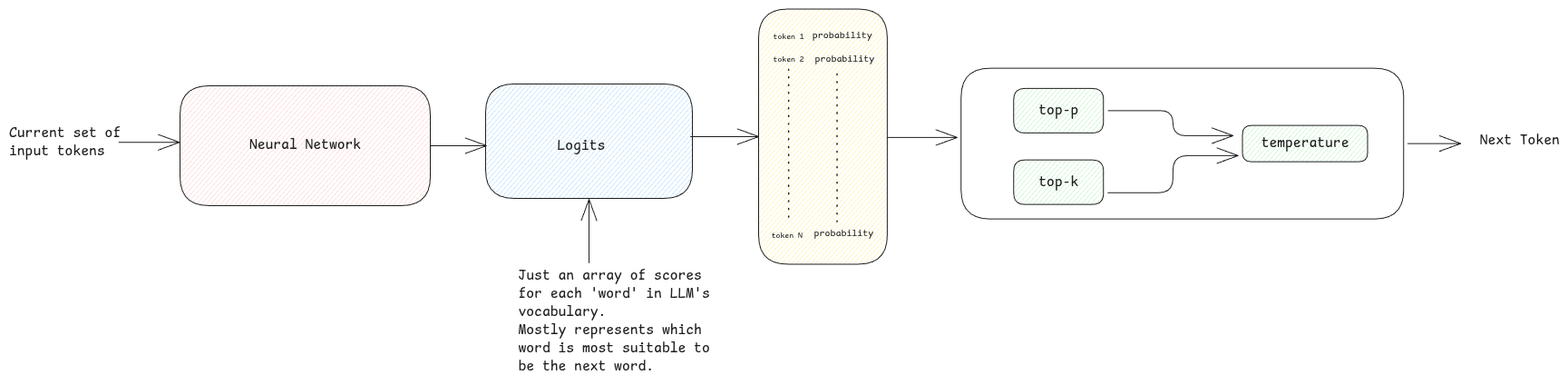
Above: static/img/predicition-output.excalidraw.png in swaroopar/inprogress-engineer (Excalidraw), before the change. Source tidied: one line per element, renumbered; positions are measured from the earlier drawing's top-left corner, leaving out a move shared by most shapes.
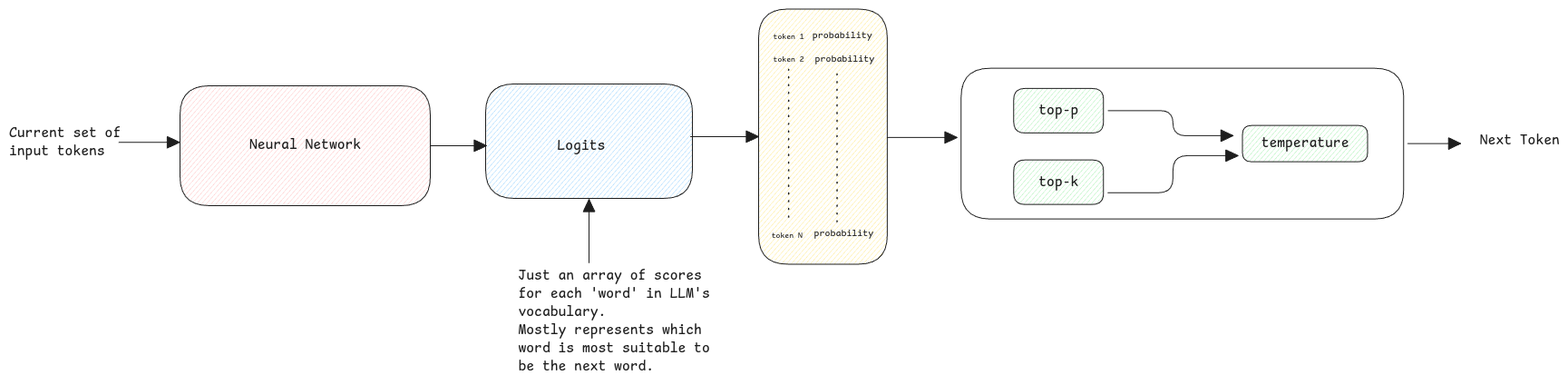
Above is the later version.

Change to the diagram source:
```diff
@@ -1,22 +1,22 @@
 {"id": 0, "type": "rectangle", "strokeColor": "#1e1e1e", "backgroundColor": "#ffc9c9", "fillStyle": "hachure", "strokeWidth": 1, "roughness": 0, "round": true, "x": 189, "y": 84, "width": 276, "height": 132}
 {"id": 1, "type": "text", "text": "Neural Network", "strokeColor": "#1e1e1e", "strokeWidth": 2, "roughness": 1, "fontSize": 16, "fontFamily": 8, "textAlign": "center", "verticalAlign": "middle", "inside": 0, "x": 265, "y": 140, "width": 123, "height": 20}
-{"id": 2, "type": "arrow", "strokeColor": "#1e1e1e", "strokeWidth": 1, "roughness": 0, "endArrowhead": "arrow", "round": true, "x": 465, "y": 150, "width": 62, "height": 0, "points": [[0, 0], [62, 0]]}
+{"id": 2, "type": "arrow", "strokeColor": "#1e1e1e", "strokeWidth": 1, "roughness": 0, "endArrowhead": "triangle", "round": true, "x": 465, "y": 150, "width": 62, "height": 0, "points": [[0, 0], [62, 0]]}
 {"id": 3, "type": "rectangle", "strokeColor": "#1e1e1e", "backgroundColor": "#a5d8ff", "fillStyle": "hachure", "strokeWidth": 1, "roughness": 0, "round": true, "x": 526, "y": 82, "width": 228, "height": 126}
 {"id": 4, "type": "text", "text": "Logits", "strokeColor": "#1e1e1e", "strokeWidth": 1, "roughness": 0, "fontSize": 16, "fontFamily": 8, "x": 605, "y": 141, "width": 53, "height": 20}
-{"id": 5, "type": "arrow", "strokeColor": "#1e1e1e", "strokeWidth": 1, "roughness": 0, "endArrowhead": "arrow", "round": true, "x": 640, "y": 279, "width": 0, "height": 70, "points": [[0, 0], [0, -70]]}
+{"id": 5, "type": "arrow", "strokeColor": "#1e1e1e", "strokeWidth": 1, "roughness": 0, "endArrowhead": "triangle", "round": true, "x": 640, "y": 279, "width": 0, "height": 70, "points": [[0, 0], [0, -70]]}
 {"id": 6, "type": "text", "text": "Just an array of scores \nfor each 'word' in LLM's\nvocabulary.\nMostly represents which \nword is most suitable to \nbe the next word.", "strokeColor": "#1e1e1e", "strokeWidth": 1, "roughness": 0, "fontSize": 16, "fontFamily": 8, "x": 562, "y": 284, "width": 220, "height": 120}
-{"id": 7, "type": "arrow", "strokeColor": "#1e1e1e", "strokeWidth": 1, "roughness": 0, "endArrowhead": "arrow", "round": true, "x": 752, "y": 140, "width": 75, "height": 0, "points": [[0, 0], [75, 0]]}
+{"id": 7, "type": "arrow", "strokeColor": "#1e1e1e", "strokeWidth": 1, "roughness": 0, "endArrowhead": "triangle", "round": true, "x": 752, "y": 140, "width": 75, "height": 0, "points": [[0, 0], [75, 0]]}
 {"id": 8, "type": "rectangle", "strokeColor": "#1e1e1e", "backgroundColor": "#ffec99", "fillStyle": "hachure", "strokeWidth": 1, "roughness": 0, "round": true, "x": 827, "y": 0, "width": 142, "height": 281}
 {"id": 9, "type": "text", "text": "token 1", "strokeColor": "#1e1e1e", "strokeWidth": 1, "roughness": 0, "fontSize": 8.9, "fontFamily": 8, "x": 843, "y": 26, "width": 34, "height": 11}
 {"id": 10, "type": "text", "text": "token 2", "strokeColor": "#1e1e1e", "strokeWidth": 1, "roughness": 0, "fontSize": 8.9, "fontFamily": 8, "x": 843, "y": 51, "width": 34, "height": 11}
 {"id": 11, "type": "text", "text": "token N", "strokeColor": "#1e1e1e", "strokeWidth": 1, "roughness": 0, "fontSize": 8.9, "fontFamily": 8, "x": 841, "y": 244, "width": 34, "height": 11}
-{"id": 12, "type": "line", "strokeColor": "#1e1e1e", "strokeWidth": 1, "strokeStyle": "dotted", "roughness": 0, "round": true, "x": 860, "y": 66, "width": 0, "height": 170, "points": [[0, 0], [0, 170]]}
+{"id": 12, "type": "line", "strokeColor": "#1e1e1e", "strokeWidth": 1, "strokeStyle": "dotted", "roughness": 0, "endArrowhead": "triangle", "round": true, "x": 860, "y": 66, "width": 0, "height": 170, "points": [[0, 0], [0, 170]]}
 {"id": 13, "type": "text", "text": "probability", "strokeColor": "#1e1e1e", "strokeWidth": 1, "strokeStyle": "dotted", "roughness": 0, "fontSize": 10.88, "fontFamily": 8, "x": 886, "y": 22, "width": 66, "height": 14}
 {"id": 14, "type": "text", "text": "probability", "strokeColor": "#1e1e1e", "strokeWidth": 1, "strokeStyle": "dotted", "roughness": 0, "fontSize": 10.88, "fontFamily": 8, "x": 888, "y": 48, "width": 66, "height": 14}
 {"id": 15, "type": "text", "text": "probability", "strokeColor": "#1e1e1e", "strokeWidth": 1, "strokeStyle": "dotted", "roughness": 0, "fontSize": 10.88, "fontFamily": 8, "x": 888, "y": 241, "width": 66, "height": 14}
-{"id": 16, "type": "line", "strokeColor": "#1e1e1e", "strokeWidth": 1, "strokeStyle": "dotted", "roughness": 0, "round": true, "x": 913, "y": 71, "width": 0, "height": 170, "points": [[0, 0], [0, 170]]}
+{"id": 16, "type": "line", "strokeColor": "#1e1e1e", "strokeWidth": 1, "strokeStyle": "dotted", "roughness": 0, "endArrowhead": "triangle", "round": true, "x": 913, "y": 71, "width": 0, "height": 170, "points": [[0, 0], [0, 170]]}
-{"id": 17, "type": "arrow", "strokeColor": "#1e1e1e", "strokeWidth": 1, "roughness": 0, "endArrowhead": "arrow", "round": true, "x": 968, "y": 141, "width": 77, "height": 0, "points": [[0, 0], [77, 0]]}
+{"id": 17, "type": "arrow", "strokeColor": "#1e1e1e", "strokeWidth": 1, "roughness": 0, "endArrowhead": "triangle", "round": true, "x": 968, "y": 141, "width": 77, "height": 0, "points": [[0, 0], [77, 0]]}
-{"id": 18, "type": "arrow", "strokeColor": "#1e1e1e", "strokeWidth": 1, "roughness": 0, "endArrowhead": "arrow", "x": 121, "y": 147, "width": 67, "height": 0, "points": [[0, 0], [67, 0]]}
+{"id": 18, "type": "arrow", "strokeColor": "#1e1e1e", "strokeWidth": 1, "roughness": 0, "endArrowhead": "triangle", "x": 121, "y": 147, "width": 67, "height": 0, "points": [[0, 0], [67, 0]]}
 {"id": 19, "type": "text", "text": "Current set of\ninput tokens", "strokeColor": "#1e1e1e", "strokeWidth": 1, "roughness": 0, "fontSize": 16, "fontFamily": 8, "x": 0, "y": 127, "width": 123, "height": 40}
 {"id": 20, "type": "rectangle", "strokeColor": "#1e1e1e", "strokeWidth": 1, "roughness": 0, "round": true, "x": 1050, "y": 65, "width": 488, "height": 166}
 {"id": 21, "type": "rectangle", "strokeColor": "#1e1e1e", "backgroundColor": "#b2f2bb", "fillStyle": "hachure", "strokeWidth": 1, "roughness": 0, "round": true, "x": 1360, "y": 128, "width": 138, "height": 40}
@@ -25,7 +25,7 @@
 {"id": 24, "type": "text", "text": "top-p", "strokeColor": "#1e1e1e", "strokeWidth": 1, "roughness": 0, "fontSize": 16, "fontFamily": 8, "textAlign": "center", "verticalAlign": "middle", "inside": 23, "x": 1135, "y": 102, "width": 44, "height": 20}
 {"id": 25, "type": "rectangle", "strokeColor": "#1e1e1e", "backgroundColor": "#b2f2bb", "fillStyle": "hachure", "strokeWidth": 1, "roughness": 0, "round": true, "x": 1108, "y": 166, "width": 99, "height": 49}
 {"id": 26, "type": "text", "text": "top-k", "strokeColor": "#1e1e1e", "strokeWidth": 1, "roughness": 0, "fontSize": 16, "fontFamily": 8, "textAlign": "center", "verticalAlign": "middle", "inside": 25, "x": 1135, "y": 181, "width": 44, "height": 20}
-{"id": 27, "type": "arrow", "strokeColor": "#1e1e1e", "strokeWidth": 1, "roughness": 0, "endArrowhead": "arrow", "from": 23, "x": 1212, "y": 112, "width": 138, "height": 28, "points": [[0, 0], [72, 0], [72, 28], [138, 28]]}
+{"id": 27, "type": "arrow", "strokeColor": "#1e1e1e", "strokeWidth": 1, "roughness": 0, "endArrowhead": "triangle", "from": 23, "x": 1212, "y": 112, "width": 138, "height": 28, "points": [[0, 0], [72, 0], [72, 28], [138, 28]]}
-{"id": 28, "type": "arrow", "strokeColor": "#1e1e1e", "strokeWidth": 1, "roughness": 0, "endArrowhead": "arrow", "from": 25, "to": 21, "x": 1212, "y": 202, "width": 144, "height": 41, "points": [[0, 0], [72, 0], [72, -41], [144, -41]]}
+{"id": 28, "type": "arrow", "strokeColor": "#1e1e1e", "strokeWidth": 1, "roughness": 0, "endArrowhead": "triangle", "from": 25, "to": 21, "x": 1212, "y": 202, "width": 144, "height": 41, "points": [[0, 0], [72, 0], [72, -41], [144, -41]]}
-{"id": 29, "type": "arrow", "strokeColor": "#1e1e1e", "strokeWidth": 1, "roughness": 0, "endArrowhead": "arrow", "from": 20, "x": 1542, "y": 148, "width": 59, "height": 0, "points": [[0, 0], [59, 0]]}
+{"id": 29, "type": "arrow", "strokeColor": "#1e1e1e", "strokeWidth": 1, "roughness": 0, "endArrowhead": "triangle", "from": 20, "x": 1542, "y": 148, "width": 59, "height": 0, "points": [[0, 0], [59, 0]]}
 {"id": 30, "type": "text", "text": "Next Token", "strokeColor": "#1e1e1e", "strokeWidth": 1, "roughness": 0, "fontSize": 16, "fontFamily": 8, "x": 1622, "y": 135, "width": 88, "height": 20}
```
